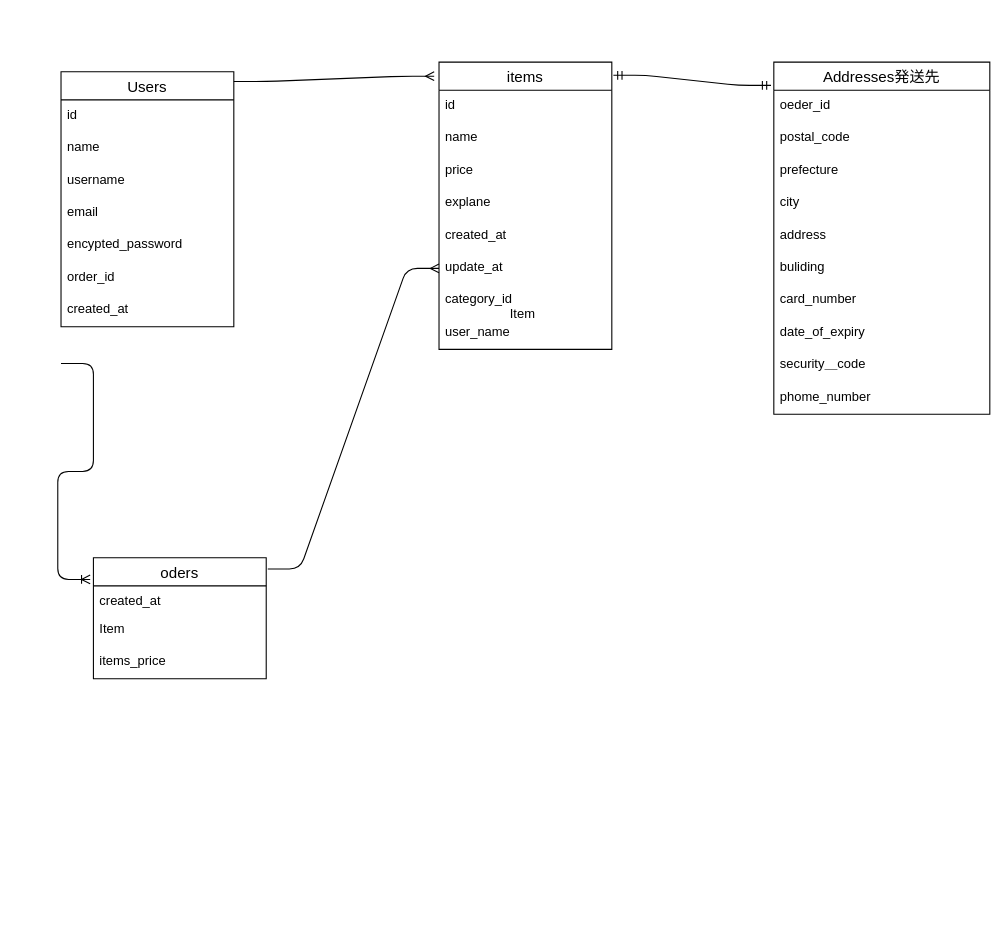
Before: page "ページ1" (1 of 2) of test.dio in yuuuuuuuka/furima-41437, a draw.io diagram. Source tidied: cells renumbered, new cells numbered last; positions are measured from the earlier drawing's top-left corner, leaving out a move shared by most shapes. Both pictures are drawn from the tidied source at 108%, with x=0, y=0 at pixel (60, 62).
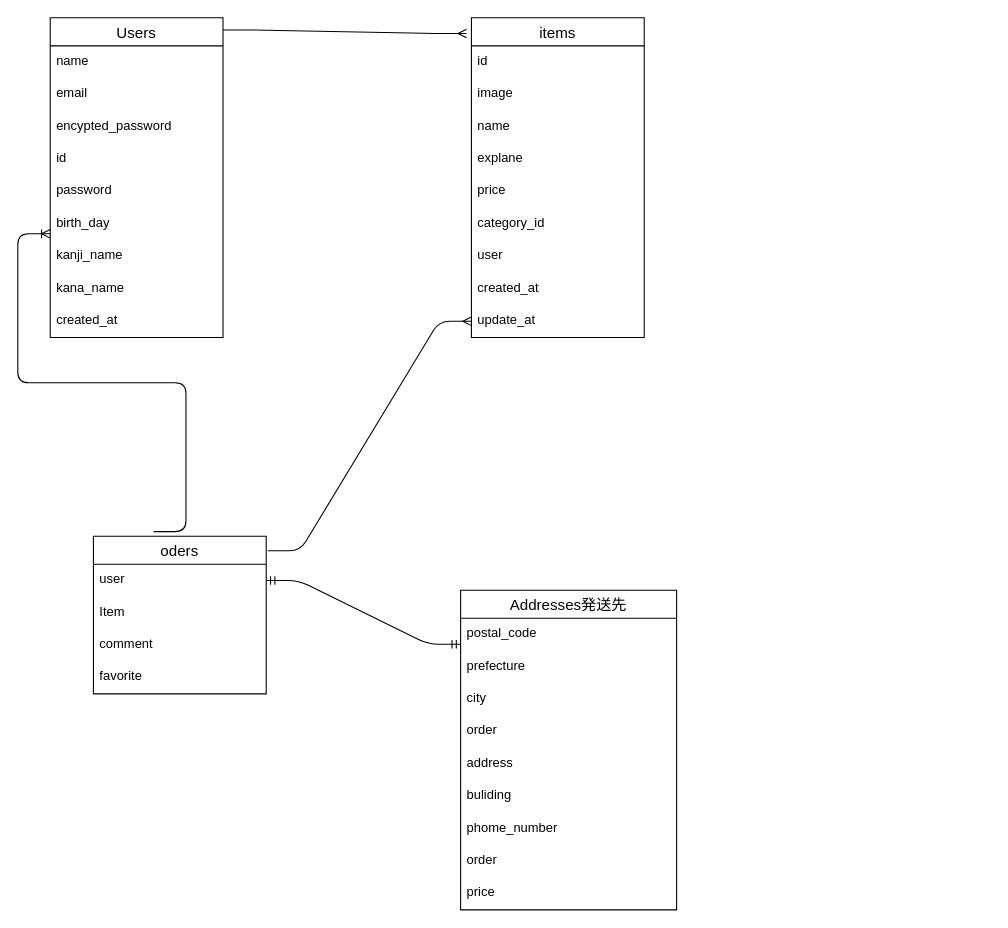
The same diagram, later.

The edit, as a diff of the source:
```diff
@@
     <mxCell id="2" value="Users" style="swimlane;fontStyle=0;horizontal=1;startSize=26;align=center;fontSize=14;" parent="1" vertex="1">
-      <mxGeometry y="9" width="160" height="236" as="geometry" />
+      <mxGeometry x="-10" y="-41" width="160" height="296" as="geometry" />
     </mxCell>
-    <mxCell id="3" value="id" style="text;strokeColor=none;fillColor=none;spacingLeft=4;spacingRight=4;overflow=hidden;fontSize=12;" parent="2" vertex="1">
-      <mxGeometry y="26" width="160" height="30" as="geometry" />
-    </mxCell>
     <mxCell id="4" value="name" style="text;strokeColor=none;fillColor=none;spacingLeft=4;spacingRight=4;overflow=hidden;fontSize=12;" parent="2" vertex="1">
-      <mxGeometry y="56" width="160" height="30" as="geometry" />
+      <mxGeometry y="26" width="160" height="30" as="geometry" />
     </mxCell>
-    <mxCell id="5" value="username&#10;&#10;" style="text;strokeColor=none;fillColor=none;spacingLeft=4;spacingRight=4;overflow=hidden;fontSize=12;" parent="2" vertex="1">
-      <mxGeometry y="86" width="160" height="30" as="geometry" />
-    </mxCell>
     <mxCell id="6" value="email" style="text;strokeColor=none;fillColor=none;spacingLeft=4;spacingRight=4;overflow=hidden;fontSize=12;" parent="2" vertex="1">
-      <mxGeometry y="116" width="160" height="30" as="geometry" />
+      <mxGeometry y="56" width="160" height="30" as="geometry" />
     </mxCell>
     <mxCell id="7" value="encypted_password&#10;&#10;" style="text;strokeColor=none;fillColor=none;spacingLeft=4;spacingRight=4;overflow=hidden;fontSize=12;" parent="2" vertex="1">
-      <mxGeometry y="146" width="160" height="30" as="geometry" />
+      <mxGeometry y="86" width="160" height="30" as="geometry" />
     </mxCell>
-    <mxCell id="8" value="order_id&#10;" style="text;strokeColor=none;fillColor=none;spacingLeft=4;spacingRight=4;overflow=hidden;fontSize=12;" parent="2" vertex="1">
-      <mxGeometry y="176" width="160" height="30" as="geometry" />
-    </mxCell>
+    <mxCell id="3" value="id" style="text;strokeColor=none;fillColor=none;spacingLeft=4;spacingRight=4;overflow=hidden;fontSize=12;" parent="2" vertex="1">
+      <mxGeometry y="116" width="160" height="30" as="geometry" />
+    </mxCell>
+    <mxCell id="39" value="password" style="text;strokeColor=none;fillColor=none;spacingLeft=4;spacingRight=4;overflow=hidden;fontSize=12;" parent="2" vertex="1">
+      <mxGeometry y="146" width="160" height="30" as="geometry" />
+    </mxCell>
+    <mxCell id="40" value="birth_day" style="text;strokeColor=none;fillColor=none;spacingLeft=4;spacingRight=4;overflow=hidden;fontSize=12;" parent="2" vertex="1">
+      <mxGeometry y="176" width="160" height="30" as="geometry" />
+    </mxCell>
+    <mxCell id="41" value="kanji_name" style="text;strokeColor=none;fillColor=none;spacingLeft=4;spacingRight=4;overflow=hidden;fontSize=12;" parent="2" vertex="1">
+      <mxGeometry y="206" width="160" height="30" as="geometry" />
+    </mxCell>
+    <mxCell id="42" value="kana_name" style="text;strokeColor=none;fillColor=none;spacingLeft=4;spacingRight=4;overflow=hidden;fontSize=12;" parent="2" vertex="1">
+      <mxGeometry y="236" width="160" height="30" as="geometry" />
+    </mxCell>
     <mxCell id="9" value="created_at" style="text;strokeColor=none;fillColor=none;spacingLeft=4;spacingRight=4;overflow=hidden;fontSize=12;" parent="2" vertex="1">
-      <mxGeometry y="206" width="160" height="30" as="geometry" />
+      <mxGeometry y="266" width="160" height="30" as="geometry" />
     </mxCell>
     <mxCell id="10" value="oders" style="swimlane;fontStyle=0;horizontal=1;startSize=26;align=center;fontSize=14;" parent="1" vertex="1">
-      <mxGeometry x="30" y="459" width="160" height="112" as="geometry" />
+      <mxGeometry x="30" y="439" width="160" height="146" as="geometry" />
     </mxCell>
-    <mxCell id="11" value="created_at&#10;" style="text;strokeColor=none;fillColor=none;spacingLeft=4;spacingRight=4;overflow=hidden;fontSize=12;" parent="10" vertex="1">
-      <mxGeometry y="26" width="160" height="26" as="geometry" />
-    </mxCell>
+    <mxCell id="13" value="user&#10;" style="text;strokeColor=none;fillColor=none;spacingLeft=4;spacingRight=4;overflow=hidden;points=[[0,0.5],[1,0.5]];portConstraint=eastwest;fontSize=12;" parent="10" vertex="1">
+      <mxGeometry y="26" width="160" height="30" as="geometry" />
+    </mxCell>
     <mxCell id="12" value="Item" style="text;strokeColor=none;fillColor=none;spacingLeft=4;spacingRight=4;overflow=hidden;fontSize=12;" parent="10" vertex="1">
-      <mxGeometry y="52" width="160" height="30" as="geometry" />
+      <mxGeometry y="56" width="160" height="30" as="geometry" />
     </mxCell>
-    <mxCell id="13" value="items_price&#10;&#10;" style="text;strokeColor=none;fillColor=none;spacingLeft=4;spacingRight=4;overflow=hidden;points=[[0,0.5],[1,0.5]];portConstraint=eastwest;fontSize=12;" parent="10" vertex="1">
-      <mxGeometry y="82" width="160" height="30" as="geometry" />
-    </mxCell>
+    <mxCell id="43" value="comment" style="text;strokeColor=none;fillColor=none;spacingLeft=4;spacingRight=4;overflow=hidden;fontSize=12;" parent="10" vertex="1">
+      <mxGeometry y="86" width="160" height="30" as="geometry" />
+    </mxCell>
+    <mxCell id="44" value="favorite&#10;" style="text;strokeColor=none;fillColor=none;spacingLeft=4;spacingRight=4;overflow=hidden;fontSize=12;" parent="10" vertex="1">
+      <mxGeometry y="116" width="160" height="30" as="geometry" />
+    </mxCell>
     <mxCell id="14" value="items" style="swimlane;fontStyle=0;horizontal=1;startSize=26;align=center;fontSize=14;" parent="1" vertex="1">
-      <mxGeometry x="350" width="160" height="266" as="geometry" />
+      <mxGeometry x="380" y="-41" width="160" height="296" as="geometry" />
     </mxCell>
@@
+    <mxCell id="45" value="image" style="text;strokeColor=none;fillColor=none;spacingLeft=4;spacingRight=4;overflow=hidden;fontSize=12;" parent="14" vertex="1">
+      <mxGeometry y="56" width="160" height="30" as="geometry" />
+    </mxCell>
     <mxCell id="16" value="name&#10;&#10;" style="text;strokeColor=none;fillColor=none;spacingLeft=4;spacingRight=4;overflow=hidden;fontSize=12;" parent="14" vertex="1">
-      <mxGeometry y="56" width="160" height="30" as="geometry" />
+      <mxGeometry y="86" width="160" height="30" as="geometry" />
     </mxCell>
+    <mxCell id="18" value="explane" style="text;strokeColor=none;fillColor=none;spacingLeft=4;spacingRight=4;overflow=hidden;fontSize=12;" parent="14" vertex="1">
+      <mxGeometry y="116" width="160" height="30" as="geometry" />
+    </mxCell>
     <mxCell id="17" value="price" style="text;strokeColor=none;fillColor=none;spacingLeft=4;spacingRight=4;overflow=hidden;fontSize=12;" parent="14" vertex="1">
-      <mxGeometry y="86" width="160" height="30" as="geometry" />
+      <mxGeometry y="146" width="160" height="30" as="geometry" />
     </mxCell>
-    <mxCell id="18" value="explane" style="text;strokeColor=none;fillColor=none;spacingLeft=4;spacingRight=4;overflow=hidden;fontSize=12;" parent="14" vertex="1">
-      <mxGeometry y="116" width="160" height="30" as="geometry" />
-    </mxCell>
+    <mxCell id="21" value="category_id&#10;" style="text;strokeColor=none;fillColor=none;spacingLeft=4;spacingRight=4;overflow=hidden;fontSize=12;" parent="14" vertex="1">
+      <mxGeometry y="176" width="160" height="30" as="geometry" />
+    </mxCell>
+    <mxCell id="22" value="user" style="text;strokeColor=none;fillColor=none;spacingLeft=4;spacingRight=4;overflow=hidden;fontSize=12;" parent="14" vertex="1">
+      <mxGeometry y="206" width="160" height="30" as="geometry" />
+    </mxCell>
     <mxCell id="19" value="created_at" style="text;strokeColor=none;fillColor=none;spacingLeft=4;spacingRight=4;overflow=hidden;fontSize=12;" parent="14" vertex="1">
-      <mxGeometry y="146" width="160" height="30" as="geometry" />
+      <mxGeometry y="236" width="160" height="30" as="geometry" />
     </mxCell>
     <mxCell id="20" value="update_at" style="text;strokeColor=none;fillColor=none;spacingLeft=4;spacingRight=4;overflow=hidden;points=[[0,0.5],[1,0.5]];portConstraint=eastwest;fontSize=12;" parent="14" vertex="1">
-      <mxGeometry y="176" width="160" height="30" as="geometry" />
+      <mxGeometry y="266" width="160" height="30" as="geometry" />
     </mxCell>
-    <mxCell id="21" value="category_id&#10;" style="text;strokeColor=none;fillColor=none;spacingLeft=4;spacingRight=4;overflow=hidden;fontSize=12;" parent="14" vertex="1">
-      <mxGeometry y="206" width="160" height="30" as="geometry" />
-    </mxCell>
-    <mxCell id="22" value="user_name&#10;" style="text;strokeColor=none;fillColor=none;spacingLeft=4;spacingRight=4;overflow=hidden;fontSize=12;" parent="14" vertex="1">
-      <mxGeometry y="236" width="160" height="30" as="geometry" />
-    </mxCell>
@@
-    <mxCell id="24" style="edgeStyle=entityRelationEdgeStyle;fontSize=12;html=1;endArrow=ERoneToMany;" parent="1" edge="1">
-      <mxGeometry relative="1" as="geometry">
-        <mxPoint y="279" as="sourcePoint" />
-        <mxPoint x="27" y="479" as="targetPoint" />
-      </mxGeometry>
-    </mxCell>
     <mxCell id="25" value="&#10;Addresses発送先&#10;" style="swimlane;fontStyle=0;horizontal=1;startSize=26;align=center;fontSize=14;" parent="1" vertex="1">
-      <mxGeometry x="660" width="200" height="326" as="geometry" />
+      <mxGeometry x="370" y="489" width="200" height="296" as="geometry" />
     </mxCell>
-    <mxCell id="26" value="oeder_id&#10;&#10;" style="text;strokeColor=none;fillColor=none;spacingLeft=4;spacingRight=4;overflow=hidden;fontSize=12;" parent="25" vertex="1">
-      <mxGeometry y="26" width="200" height="30" as="geometry" />
-    </mxCell>
     <mxCell id="27" value="postal_code&#10;&#10;" style="text;strokeColor=none;fillColor=none;spacingLeft=4;spacingRight=4;overflow=hidden;fontSize=12;" parent="25" vertex="1">
-      <mxGeometry y="56" width="200" height="30" as="geometry" />
+      <mxGeometry y="26" width="200" height="30" as="geometry" />
     </mxCell>
     <mxCell id="28" value="prefecture" style="text;strokeColor=none;fillColor=none;spacingLeft=4;spacingRight=4;overflow=hidden;fontSize=12;" parent="25" vertex="1">
-      <mxGeometry y="86" width="200" height="30" as="geometry" />
+      <mxGeometry y="56" width="200" height="30" as="geometry" />
     </mxCell>
     <mxCell id="29" value="city" style="text;strokeColor=none;fillColor=none;spacingLeft=4;spacingRight=4;overflow=hidden;fontSize=12;" parent="25" vertex="1">
-      <mxGeometry y="116" width="200" height="30" as="geometry" />
+      <mxGeometry y="86" width="200" height="30" as="geometry" />
     </mxCell>
+    <mxCell id="26" value="order&#10;" style="text;strokeColor=none;fillColor=none;spacingLeft=4;spacingRight=4;overflow=hidden;fontSize=12;" parent="25" vertex="1">
+      <mxGeometry y="116" width="200" height="30" as="geometry" />
+    </mxCell>
@@
-    <mxCell id="32" value="card_number" style="text;strokeColor=none;fillColor=none;spacingLeft=4;spacingRight=4;overflow=hidden;fontSize=12;" parent="25" vertex="1">
-      <mxGeometry y="206" width="200" height="30" as="geometry" />
-    </mxCell>
-    <mxCell id="33" value="date_of_expiry" style="text;strokeColor=none;fillColor=none;spacingLeft=4;spacingRight=4;overflow=hidden;fontSize=12;" parent="25" vertex="1">
-      <mxGeometry y="236" width="200" height="30" as="geometry" />
-    </mxCell>
-    <mxCell id="34" value="security＿code" style="text;strokeColor=none;fillColor=none;spacingLeft=4;spacingRight=4;overflow=hidden;fontSize=12;" parent="25" vertex="1">
-      <mxGeometry y="266" width="200" height="30" as="geometry" />
-    </mxCell>
     <mxCell id="35" value="phome_number&#10;" style="text;strokeColor=none;fillColor=none;spacingLeft=4;spacingRight=4;overflow=hidden;fontSize=12;" parent="25" vertex="1">
-      <mxGeometry y="296" width="200" height="30" as="geometry" />
+      <mxGeometry y="206" width="200" height="30" as="geometry" />
     </mxCell>
+    <mxCell id="46" value="order&#10;" style="text;strokeColor=none;fillColor=none;spacingLeft=4;spacingRight=4;overflow=hidden;fontSize=12;" parent="25" vertex="1">
+      <mxGeometry y="236" width="200" height="30" as="geometry" />
+    </mxCell>
+    <mxCell id="47" value="price" style="text;strokeColor=none;fillColor=none;spacingLeft=4;spacingRight=4;overflow=hidden;fontSize=12;" parent="25" vertex="1">
+      <mxGeometry y="266" width="200" height="30" as="geometry" />
+    </mxCell>
+    <mxCell id="37" style="edgeStyle=entityRelationEdgeStyle;fontSize=12;html=1;endArrow=ERmany;entryX=0;entryY=0.5;entryDx=0;entryDy=0;exitX=1.009;exitY=0.092;exitDx=0;exitDy=0;exitPerimeter=0;" parent="1" edge="1" source="10" target="20">
+      <mxGeometry relative="1" as="geometry" />
+    </mxCell>
+    <mxCell id="48" style="edgeStyle=entityRelationEdgeStyle;fontSize=12;html=1;endArrow=ERoneToMany;exitX=0.348;exitY=-0.029;exitDx=0;exitDy=0;exitPerimeter=0;" parent="1" edge="1" source="10">
+      <mxGeometry relative="1" as="geometry">
+        <mxPoint x="-10" y="159" as="targetPoint" />
+      </mxGeometry>
+    </mxCell>
-    <mxCell id="36" style="edgeStyle=entityRelationEdgeStyle;fontSize=12;html=1;endArrow=ERmandOne;startArrow=ERmandOne;entryX=1.009;entryY=0.046;entryDx=0;entryDy=0;entryPerimeter=0;exitX=-0.013;exitY=0.066;exitDx=0;exitDy=0;exitPerimeter=0;" parent="1" edge="1" source="25" target="14">
-      <mxGeometry relative="1" as="geometry" />
+    <mxCell id="36" style="edgeStyle=entityRelationEdgeStyle;fontSize=12;html=1;endArrow=ERmandOne;startArrow=ERmandOne;exitX=1;exitY=0.5;exitDx=0;exitDy=0;" parent="1" edge="1" source="13">
+      <mxGeometry relative="1" as="geometry">
+        <mxPoint x="370" y="539" as="targetPoint" />
+      </mxGeometry>
     </mxCell>
-    <mxCell id="37" style="edgeStyle=entityRelationEdgeStyle;fontSize=12;html=1;endArrow=ERmany;entryX=0;entryY=0.5;entryDx=0;entryDy=0;exitX=1.009;exitY=0.092;exitDx=0;exitDy=0;exitPerimeter=0;" parent="1" edge="1" source="10" target="20">
-      <mxGeometry relative="1" as="geometry" />
-    </mxCell>
-    <mxCell id="38" value="Item" style="text;strokeColor=none;fillColor=none;spacingLeft=4;spacingRight=4;overflow=hidden;fontSize=12;" parent="1" vertex="1">
-      <mxGeometry x="410" y="219" width="40" height="30" as="geometry" />
-    </mxCell>
```
